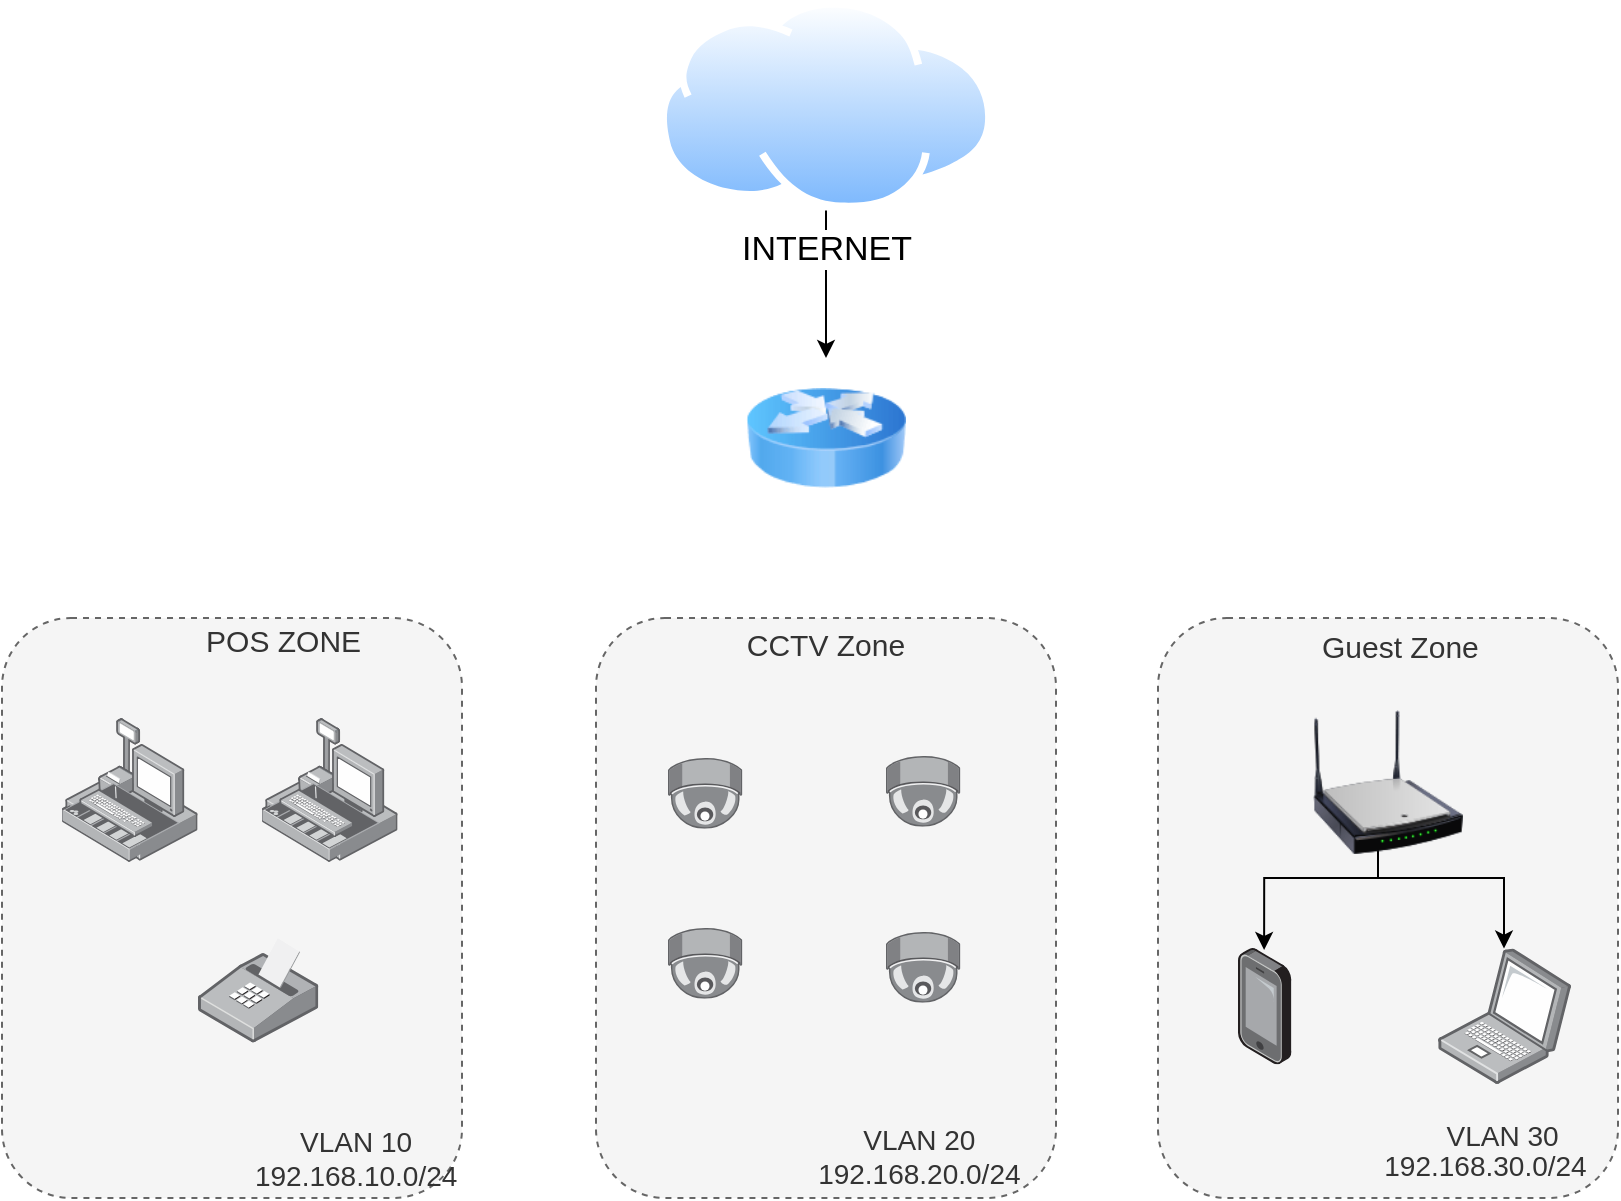
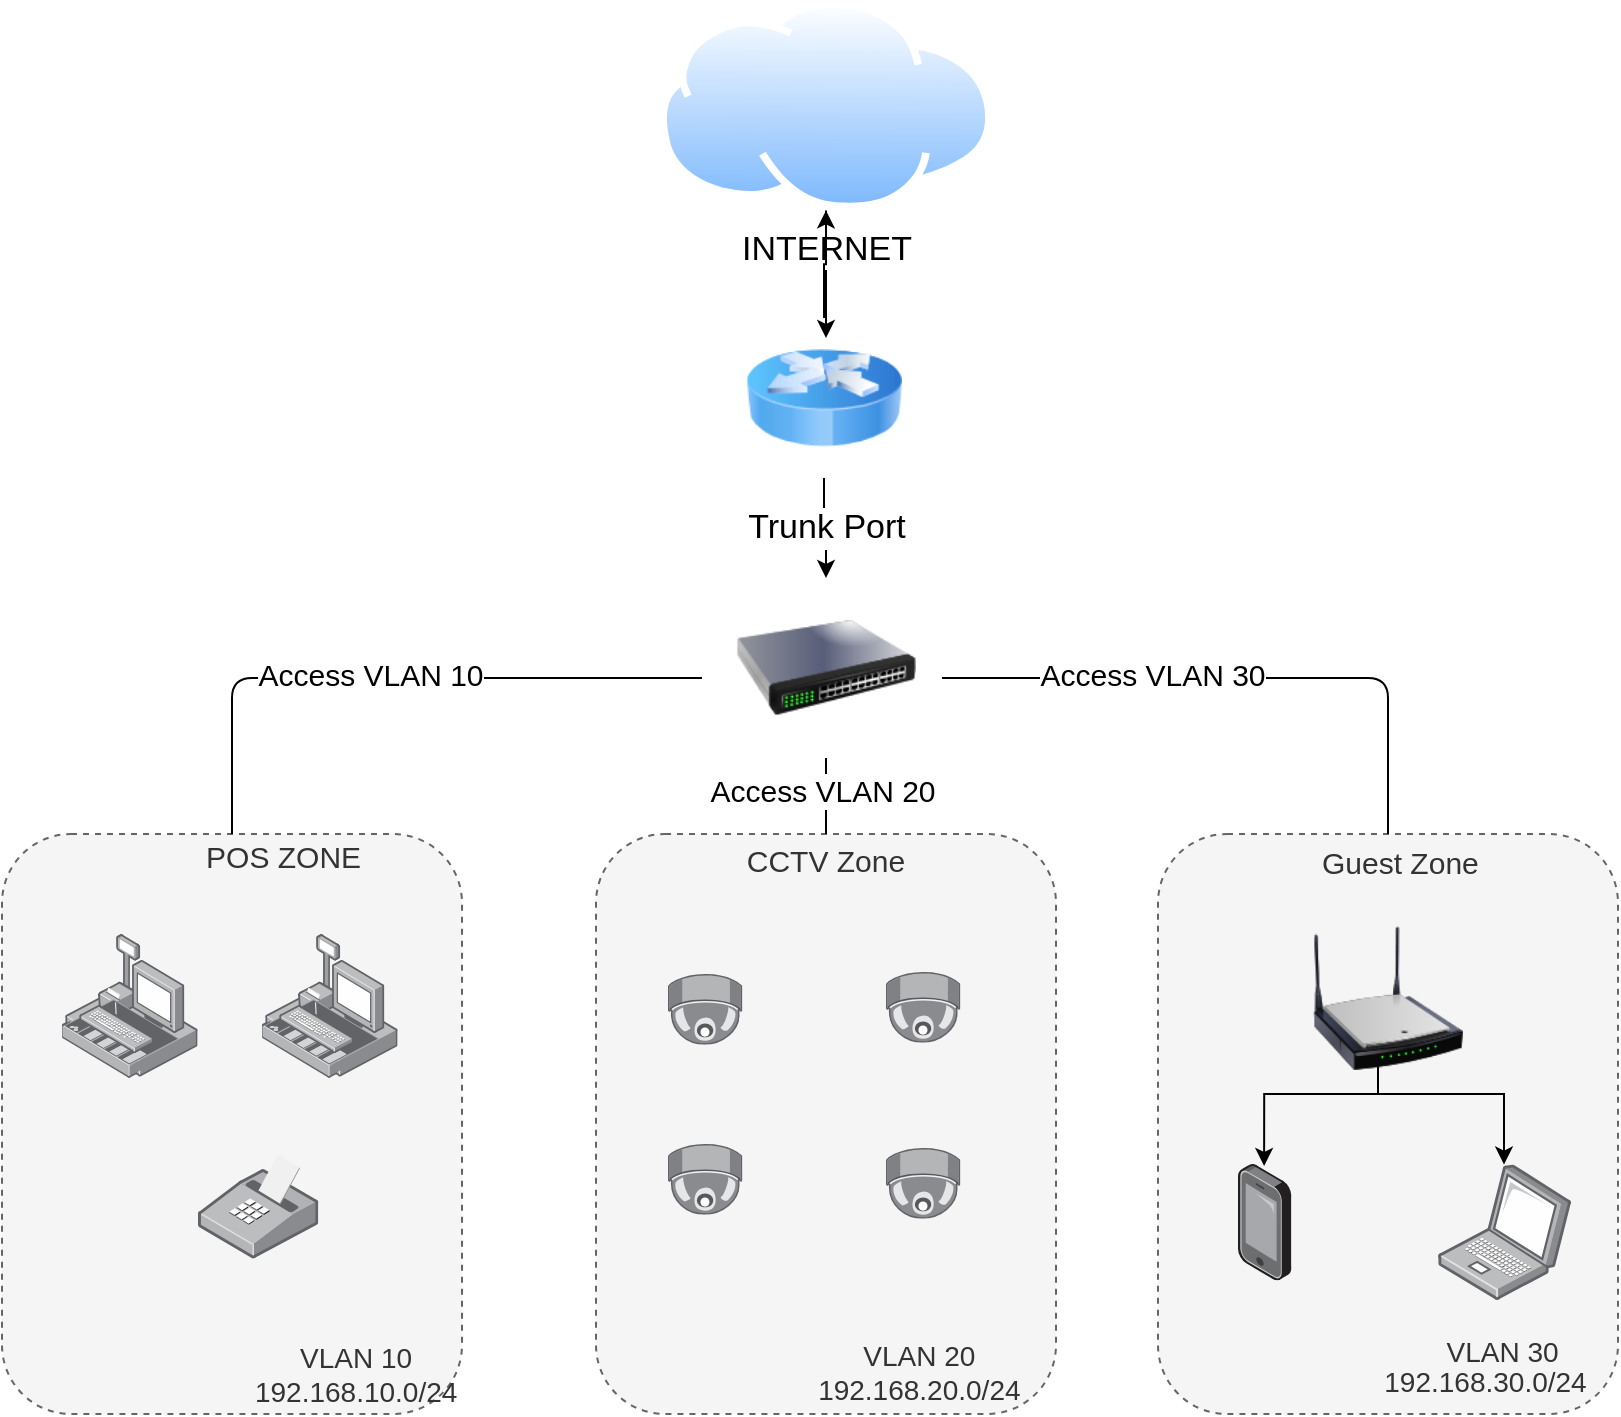
<mxfile host="app.diagrams.net">
  <diagram name="Trang-1" id="-QvKHvVX4tWdF-sznae-">
-     <mxGraphModel dx="1012" dy="601" grid="1" gridSize="10" guides="1" tooltips="1" connect="1" arrows="1" fold="1" page="1" pageScale="1" pageWidth="827" pageHeight="1169" math="0" shadow="0">
+     <mxGraphModel dx="967" dy="601" grid="1" gridSize="10" guides="1" tooltips="1" connect="1" arrows="1" fold="1" page="1" pageScale="1" pageWidth="827" pageHeight="1169" math="0" shadow="0">
      <root>
        <mxCell id="0" />
        <mxCell id="1" parent="0" />
        <mxCell id="tlgCcKQl9_W-pkazaHYF-1" parent="1" style="rounded=1;whiteSpace=wrap;html=1;dashed=1;fillColor=#f5f5f5;strokeColor=#666666;fontColor=#333333;align=left;" value="&lt;div&gt;&lt;font style=&quot;font-size: 15px;&quot;&gt;&lt;span style=&quot;white-space: pre;&quot;&gt;&#x9;&lt;/span&gt;&lt;span style=&quot;white-space: pre;&quot;&gt;&#x9;&lt;/span&gt;&lt;span style=&quot;white-space: pre;&quot;&gt;&#x9;&lt;/span&gt;POS ZONE&lt;br&gt;&lt;/font&gt;&lt;/div&gt;&lt;div&gt;&lt;font style=&quot;font-size: 14px;&quot;&gt;&lt;br&gt;&lt;/font&gt;&lt;/div&gt;&lt;div&gt;&lt;font style=&quot;font-size: 14px;&quot;&gt;&lt;br&gt;&lt;/font&gt;&lt;/div&gt;&lt;div style=&quot;text-align: center;&quot;&gt;&lt;font style=&quot;font-size: 14px;&quot;&gt;&lt;br&gt;&lt;/font&gt;&lt;/div&gt;&lt;div style=&quot;text-align: center;&quot;&gt;&lt;font style=&quot;font-size: 14px;&quot;&gt;&lt;br&gt;&lt;/font&gt;&lt;/div&gt;&lt;div style=&quot;text-align: center;&quot;&gt;&lt;font style=&quot;font-size: 14px;&quot;&gt;&lt;br&gt;&lt;/font&gt;&lt;/div&gt;&lt;div style=&quot;text-align: center;&quot;&gt;&lt;font style=&quot;font-size: 14px;&quot;&gt;&lt;br&gt;&lt;/font&gt;&lt;/div&gt;&lt;div style=&quot;text-align: center;&quot;&gt;&lt;font style=&quot;font-size: 14px;&quot;&gt;&lt;br&gt;&lt;/font&gt;&lt;/div&gt;&lt;div style=&quot;text-align: center;&quot;&gt;&lt;br&gt;&lt;/div&gt;&lt;div style=&quot;text-align: center;&quot;&gt;&lt;font style=&quot;font-size: 14px;&quot;&gt;&lt;br&gt;&lt;/font&gt;&lt;/div&gt;&lt;div style=&quot;text-align: center;&quot;&gt;&lt;font style=&quot;font-size: 14px;&quot;&gt;&lt;br&gt;&lt;/font&gt;&lt;/div&gt;&lt;div&gt;&lt;div style=&quot;text-align: center;&quot;&gt;&lt;span style=&quot;font-size: 14px; background-color: transparent; color: light-dark(rgb(51, 51, 51), rgb(193, 193, 193));&quot;&gt;&amp;nbsp; &amp;nbsp; &amp;nbsp; &amp;nbsp; &amp;nbsp; &amp;nbsp; &amp;nbsp; &amp;nbsp; &amp;nbsp; &amp;nbsp; &amp;nbsp; &amp;nbsp; &amp;nbsp; &amp;nbsp; &amp;nbsp; &amp;nbsp;&amp;nbsp;&lt;/span&gt;&lt;/div&gt;&lt;div style=&quot;text-align: center;&quot;&gt;&lt;span style=&quot;font-size: 14px; background-color: transparent; color: light-dark(rgb(51, 51, 51), rgb(193, 193, 193));&quot;&gt;&lt;br&gt;&lt;/span&gt;&lt;/div&gt;&lt;div style=&quot;text-align: center;&quot;&gt;&lt;span style=&quot;font-size: 14px; background-color: transparent; color: light-dark(rgb(51, 51, 51), rgb(193, 193, 193));&quot;&gt;&lt;br&gt;&lt;/span&gt;&lt;/div&gt;&lt;div style=&quot;text-align: center;&quot;&gt;&lt;span style=&quot;font-size: 14px; background-color: transparent; color: light-dark(rgb(51, 51, 51), rgb(193, 193, 193));&quot;&gt;&lt;br&gt;&lt;/span&gt;&lt;/div&gt;&lt;div style=&quot;text-align: center;&quot;&gt;&lt;span style=&quot;font-size: 14px; background-color: transparent; color: light-dark(rgb(51, 51, 51), rgb(193, 193, 193));&quot;&gt;&lt;span style=&quot;white-space: pre;&quot;&gt;&#x9;&lt;/span&gt;&lt;span style=&quot;white-space: pre;&quot;&gt;&#x9;&lt;/span&gt;&lt;span style=&quot;white-space: pre;&quot;&gt;&#x9;&lt;/span&gt;&lt;span style=&quot;white-space: pre;&quot;&gt;&#x9;&lt;/span&gt;VLAN 10&lt;/span&gt;&lt;/div&gt;&lt;div style=&quot;text-align: center;&quot;&gt;&lt;font style=&quot;font-size: 14px;&quot;&gt;&lt;span style=&quot;white-space: pre;&quot;&gt;&#x9;&lt;/span&gt;&lt;span style=&quot;white-space: pre;&quot;&gt;&#x9;&lt;/span&gt;&lt;span style=&quot;white-space: pre;&quot;&gt;&#x9;&lt;/span&gt;&lt;span style=&quot;white-space: pre;&quot;&gt;&#x9;&lt;/span&gt;192.168.10.0/24&lt;/font&gt;&lt;/div&gt;&lt;/div&gt;" vertex="1">
-           <mxGeometry height="290" width="230" x="10" y="310" as="geometry" />
+           <mxGeometry height="290" width="230" x="10" y="418" as="geometry" />
        </mxCell>
        <mxCell id="tlgCcKQl9_W-pkazaHYF-5" edge="1" parent="1" source="6glJgjmVUURO1JKE-K0C-2" style="edgeStyle=orthogonalEdgeStyle;rounded=0;orthogonalLoop=1;jettySize=auto;html=1;" value="">
          <mxGeometry relative="1" as="geometry">
-             <mxPoint x="422.0050000000001" y="180" as="targetPoint" />
+             <mxPoint x="422" y="170" as="targetPoint" />
          </mxGeometry>
        </mxCell>
        <mxCell id="6glJgjmVUURO1JKE-K0C-2" parent="1" style="image;aspect=fixed;perimeter=ellipsePerimeter;html=1;align=center;shadow=0;dashed=0;spacingTop=3;image=img/lib/active_directory/internet_cloud.svg;" value="&lt;font style=&quot;font-size: 17px;&quot;&gt;INTERNET&lt;/font&gt;" vertex="1">
          <mxGeometry height="105.2" width="166.99" x="338.51" y="1" as="geometry" />
        </mxCell>
+         <mxCell id="tlgCcKQl9_W-pkazaHYF-27" edge="1" parent="1" source="tlgCcKQl9_W-pkazaHYF-2" style="edgeStyle=orthogonalEdgeStyle;rounded=0;orthogonalLoop=1;jettySize=auto;html=1;" target="tlgCcKQl9_W-pkazaHYF-25" value="&lt;font style=&quot;font-size: 17px;&quot;&gt;Trunk Port&lt;/font&gt;">
+           <mxGeometry relative="1" as="geometry" />
+         </mxCell>
+         <mxCell id="tlgCcKQl9_W-pkazaHYF-30" edge="1" parent="1" source="tlgCcKQl9_W-pkazaHYF-2" style="edgeStyle=orthogonalEdgeStyle;rounded=0;orthogonalLoop=1;jettySize=auto;html=1;" target="6glJgjmVUURO1JKE-K0C-2" value="">
+           <mxGeometry relative="1" as="geometry" />
+         </mxCell>
        <mxCell id="tlgCcKQl9_W-pkazaHYF-2" parent="1" style="image;html=1;image=img/lib/clip_art/networking/Router_Icon_128x128.png;labelBackgroundColor=#f8cecc;labelBorderColor=#b85450;" value="" vertex="1">
-           <mxGeometry height="80" width="80" x="382" y="180" as="geometry" />
+           <mxGeometry height="80" width="78" x="382" y="160" as="geometry" />
        </mxCell>
        <mxCell id="tlgCcKQl9_W-pkazaHYF-6" parent="1" style="rounded=1;whiteSpace=wrap;html=1;dashed=1;fillColor=#f5f5f5;strokeColor=#666666;fontColor=#333333;" value="&lt;div&gt;&lt;font style=&quot;font-size: 15px;&quot;&gt;CCTV Zone&lt;/font&gt;&lt;/div&gt;&lt;div&gt;&lt;br&gt;&lt;/div&gt;&lt;div&gt;&lt;br&gt;&lt;/div&gt;&lt;div&gt;&lt;br&gt;&lt;/div&gt;&lt;div&gt;&lt;br&gt;&lt;/div&gt;&lt;div&gt;&lt;br&gt;&lt;/div&gt;&lt;div&gt;&lt;br&gt;&lt;/div&gt;&lt;div&gt;&lt;br&gt;&lt;/div&gt;&lt;div&gt;&lt;br&gt;&lt;/div&gt;&lt;div&gt;&lt;br&gt;&lt;/div&gt;&lt;div&gt;&lt;br&gt;&lt;/div&gt;&lt;div&gt;&lt;br&gt;&lt;/div&gt;&lt;div&gt;&lt;br&gt;&lt;/div&gt;&lt;div&gt;&lt;br&gt;&lt;/div&gt;&lt;div&gt;&lt;br&gt;&lt;/div&gt;&lt;div&gt;&lt;br&gt;&lt;/div&gt;&lt;div&gt;&lt;br&gt;&lt;/div&gt;&lt;div&gt;&lt;span style=&quot;font-size: 14px; background-color: transparent; color: light-dark(rgb(51, 51, 51), rgb(193, 193, 193));&quot;&gt;&lt;span style=&quot;white-space: pre;&quot;&gt;&#x9;&lt;/span&gt;&lt;span style=&quot;white-space: pre;&quot;&gt;&#x9;&lt;/span&gt;&lt;span style=&quot;white-space: pre;&quot;&gt;&#x9;&lt;/span&gt;VLAN 20&lt;/span&gt;&lt;/div&gt;&lt;div&gt;&lt;/div&gt;&lt;div&gt;&lt;font style=&quot;font-size: 14px;&quot;&gt;&lt;span style=&quot;white-space: pre;&quot;&gt;&#x9;&lt;/span&gt;&lt;span style=&quot;white-space: pre;&quot;&gt;&#x9;&lt;/span&gt;&lt;span style=&quot;white-space: pre;&quot;&gt;&#x9;&lt;/span&gt;192.168.20.0/24&lt;/font&gt;&lt;/div&gt;" vertex="1">
-           <mxGeometry height="290" width="230" x="307" y="310" as="geometry" />
+           <mxGeometry height="290" width="230" x="307" y="418" as="geometry" />
        </mxCell>
        <mxCell id="tlgCcKQl9_W-pkazaHYF-7" parent="1" style="rounded=1;whiteSpace=wrap;html=1;dashed=1;fillColor=#f5f5f5;strokeColor=#666666;fontColor=#333333;align=left;" value="&lt;blockquote style=&quot;margin: 0px 0px 0px 40px; border-width: medium; border-style: none; border-color: currentcolor; border-image: initial; padding: 0px; line-height: 110%;&quot;&gt;&lt;blockquote style=&quot;margin: 0px 0px 0px 40px; border-width: medium; border-style: none; border-color: currentcolor; border-image: initial; padding: 0px;&quot;&gt;&lt;font style=&quot;font-size: 15px;&quot;&gt;Guest Zone&lt;/font&gt;&lt;/blockquote&gt;&lt;blockquote style=&quot;margin: 0px 0px 0px 40px; border-width: medium; border-style: none; border-color: currentcolor; border-image: initial; padding: 0px;&quot;&gt;&lt;br&gt;&lt;/blockquote&gt;&lt;blockquote style=&quot;margin: 0px 0px 0px 40px; border-width: medium; border-style: none; border-color: currentcolor; border-image: initial; padding: 0px;&quot;&gt;&lt;font style=&quot;font-size: 14px;&quot;&gt;&lt;br&gt;&lt;/font&gt;&lt;/blockquote&gt;&lt;blockquote style=&quot;margin: 0px 0px 0px 40px; border-width: medium; border-style: none; border-color: currentcolor; border-image: initial; padding: 0px;&quot;&gt;&lt;font style=&quot;font-size: 14px;&quot;&gt;&lt;br&gt;&lt;/font&gt;&lt;/blockquote&gt;&lt;blockquote style=&quot;margin: 0px 0px 0px 40px; border-width: medium; border-style: none; border-color: currentcolor; border-image: initial; padding: 0px;&quot;&gt;&lt;font style=&quot;font-size: 14px;&quot;&gt;&lt;br&gt;&lt;/font&gt;&lt;/blockquote&gt;&lt;blockquote style=&quot;margin: 0px 0px 0px 40px; border-width: medium; border-style: none; border-color: currentcolor; border-image: initial; padding: 0px;&quot;&gt;&lt;font style=&quot;font-size: 14px;&quot;&gt;&lt;br&gt;&lt;/font&gt;&lt;/blockquote&gt;&lt;blockquote style=&quot;margin: 0px 0px 0px 40px; border-width: medium; border-style: none; border-color: currentcolor; border-image: initial; padding: 0px;&quot;&gt;&lt;font style=&quot;font-size: 14px;&quot;&gt;&lt;br&gt;&lt;/font&gt;&lt;/blockquote&gt;&lt;blockquote style=&quot;margin: 0px 0px 0px 40px; border-width: medium; border-style: none; border-color: currentcolor; border-image: initial; padding: 0px;&quot;&gt;&lt;font style=&quot;font-size: 14px;&quot;&gt;&lt;br&gt;&lt;/font&gt;&lt;/blockquote&gt;&lt;blockquote style=&quot;margin: 0px 0px 0px 40px; border-width: medium; border-style: none; border-color: currentcolor; border-image: initial; padding: 0px;&quot;&gt;&lt;font style=&quot;font-size: 14px;&quot;&gt;&lt;br&gt;&lt;/font&gt;&lt;/blockquote&gt;&lt;blockquote style=&quot;margin: 0px 0px 0px 40px; border-width: medium; border-style: none; border-color: currentcolor; border-image: initial; padding: 0px;&quot;&gt;&lt;font style=&quot;font-size: 14px;&quot;&gt;&lt;br&gt;&lt;/font&gt;&lt;/blockquote&gt;&lt;blockquote style=&quot;margin: 0px 0px 0px 40px; border-width: medium; border-style: none; border-color: currentcolor; border-image: initial; padding: 0px;&quot;&gt;&lt;font style=&quot;font-size: 14px;&quot;&gt;&lt;br&gt;&lt;/font&gt;&lt;/blockquote&gt;&lt;blockquote style=&quot;margin: 0px 0px 0px 40px; border-width: medium; border-style: none; border-color: currentcolor; border-image: initial; padding: 0px;&quot;&gt;&lt;font style=&quot;font-size: 14px;&quot;&gt;&lt;br&gt;&lt;/font&gt;&lt;/blockquote&gt;&lt;blockquote style=&quot;margin: 0px 0px 0px 40px; border-width: medium; border-style: none; border-color: currentcolor; border-image: initial; padding: 0px;&quot;&gt;&lt;font style=&quot;font-size: 14px;&quot;&gt;&lt;br&gt;&lt;/font&gt;&lt;/blockquote&gt;&lt;blockquote style=&quot;margin: 0px 0px 0px 40px; border-width: medium; border-style: none; border-color: currentcolor; border-image: initial; padding: 0px;&quot;&gt;&lt;font style=&quot;font-size: 14px;&quot;&gt;&lt;br&gt;&lt;/font&gt;&lt;/blockquote&gt;&lt;blockquote style=&quot;margin: 0px 0px 0px 40px; border-width: medium; border-style: none; border-color: currentcolor; border-image: initial; padding: 0px;&quot;&gt;&lt;span style=&quot;font-size: 14px; background-color: transparent; color: light-dark(rgb(51, 51, 51), rgb(193, 193, 193));&quot;&gt;&lt;br&gt;&lt;/span&gt;&lt;/blockquote&gt;&lt;blockquote style=&quot;margin: 0px 0px 0px 40px; border-width: medium; border-style: none; border-color: currentcolor; border-image: initial; padding: 0px;&quot;&gt;&lt;span style=&quot;font-size: 14px; background-color: transparent; color: light-dark(rgb(51, 51, 51), rgb(193, 193, 193)); line-height: 110%;&quot;&gt;&lt;br&gt;&lt;/span&gt;&lt;/blockquote&gt;&lt;blockquote style=&quot;margin: 0px 0px 0px 40px; border-width: medium; border-style: none; border-color: currentcolor; border-image: initial; padding: 0px;&quot;&gt;&lt;span style=&quot;font-size: 14px; background-color: transparent; color: light-dark(rgb(51, 51, 51), rgb(193, 193, 193)); line-height: 110%;&quot;&gt;&lt;br&gt;&lt;/span&gt;&lt;/blockquote&gt;&lt;blockquote style=&quot;margin: 0px 0px 0px 40px; border-width: medium; border-style: none; border-color: currentcolor; border-image: initial; padding: 0px;&quot;&gt;&lt;span style=&quot;font-size: 14px; background-color: transparent; color: light-dark(rgb(51, 51, 51), rgb(193, 193, 193)); line-height: 110%;&quot;&gt;&lt;span style=&quot;white-space: pre;&quot;&gt;&#x9;&lt;/span&gt;&lt;span style=&quot;white-space: pre;&quot;&gt;&#x9;&lt;/span&gt;VLAN 30&lt;/span&gt;&lt;/blockquote&gt;&lt;blockquote style=&quot;margin: 0px 0px 0px 40px; border-width: medium; border-style: none; border-color: currentcolor; border-image: initial; padding: 0px;&quot;&gt;&lt;div&gt;&lt;font style=&quot;font-size: 14px; line-height: 110%;&quot;&gt;&lt;span style=&quot;white-space: pre;&quot;&gt;&#x9;&lt;/span&gt;192.168.30.0/24&lt;/font&gt;&lt;/div&gt;&lt;/blockquote&gt;&lt;/blockquote&gt;" vertex="1">
-           <mxGeometry height="290" width="230" x="588" y="310" as="geometry" />
+           <mxGeometry height="290" width="230" x="588" y="418" as="geometry" />
        </mxCell>
        <mxCell id="tlgCcKQl9_W-pkazaHYF-8" parent="1" style="image;points=[];aspect=fixed;html=1;align=center;shadow=0;dashed=0;image=img/lib/allied_telesis/security/POS.svg;" value="" vertex="1">
-           <mxGeometry height="72" width="67.8" x="40" y="360" as="geometry" />
+           <mxGeometry height="72" width="67.8" x="40" y="468" as="geometry" />
        </mxCell>
        <mxCell id="tlgCcKQl9_W-pkazaHYF-9" parent="1" style="image;points=[];aspect=fixed;html=1;align=center;shadow=0;dashed=0;image=img/lib/allied_telesis/security/POS.svg;" value="" vertex="1">
-           <mxGeometry height="72" width="67.8" x="140" y="360" as="geometry" />
+           <mxGeometry height="72" width="67.8" x="140" y="468" as="geometry" />
        </mxCell>
        <mxCell id="tlgCcKQl9_W-pkazaHYF-10" parent="1" style="image;points=[];aspect=fixed;html=1;align=center;shadow=0;dashed=0;image=img/lib/allied_telesis/computer_and_terminals/POS_Printer.svg;direction=east;" value="" vertex="1">
-           <mxGeometry height="52.4" width="60.16" x="108" y="470" as="geometry" />
+           <mxGeometry height="52.4" width="60.16" x="108" y="578" as="geometry" />
        </mxCell>
        <mxCell id="tlgCcKQl9_W-pkazaHYF-11" parent="1" style="image;points=[];aspect=fixed;html=1;align=center;shadow=0;dashed=0;image=img/lib/allied_telesis/security/Surveillance_Camera_Ceiling.svg;" value="" vertex="1">
-           <mxGeometry height="35.4" width="37.2" x="343" y="380" as="geometry" />
+           <mxGeometry height="35.4" width="37.2" x="343" y="488" as="geometry" />
        </mxCell>
        <mxCell id="tlgCcKQl9_W-pkazaHYF-12" parent="1" style="image;points=[];aspect=fixed;html=1;align=center;shadow=0;dashed=0;image=img/lib/allied_telesis/security/Surveillance_Camera_Ceiling.svg;" value="" vertex="1">
-           <mxGeometry height="35.4" width="37.2" x="343" y="465" as="geometry" />
+           <mxGeometry height="35.4" width="37.2" x="343" y="573" as="geometry" />
        </mxCell>
        <mxCell id="tlgCcKQl9_W-pkazaHYF-14" parent="1" style="image;points=[];aspect=fixed;html=1;align=center;shadow=0;dashed=0;image=img/lib/allied_telesis/security/Surveillance_Camera_Ceiling.svg;" value="" vertex="1">
-           <mxGeometry height="35.4" width="37.2" x="452" y="379" as="geometry" />
+           <mxGeometry height="35.4" width="37.2" x="452" y="487" as="geometry" />
        </mxCell>
        <mxCell id="tlgCcKQl9_W-pkazaHYF-16" parent="1" style="image;points=[];aspect=fixed;html=1;align=center;shadow=0;dashed=0;image=img/lib/allied_telesis/security/Surveillance_Camera_Ceiling.svg;" value="" vertex="1">
-           <mxGeometry height="35.4" width="37.2" x="452" y="467" as="geometry" />
+           <mxGeometry height="35.4" width="37.2" x="452" y="575" as="geometry" />
        </mxCell>
        <mxCell id="tlgCcKQl9_W-pkazaHYF-20" edge="1" parent="1" source="tlgCcKQl9_W-pkazaHYF-17" style="edgeStyle=orthogonalEdgeStyle;rounded=0;orthogonalLoop=1;jettySize=auto;html=1;" target="tlgCcKQl9_W-pkazaHYF-19" value="">
          <mxGeometry relative="1" as="geometry">
            <Array as="points">
-               <mxPoint x="698" y="440" />
-               <mxPoint x="761" y="440" />
+               <mxPoint x="698" y="548" />
+               <mxPoint x="761" y="548" />
            </Array>
          </mxGeometry>
        </mxCell>
        <mxCell id="tlgCcKQl9_W-pkazaHYF-22" edge="1" parent="1" style="edgeStyle=orthogonalEdgeStyle;rounded=0;orthogonalLoop=1;jettySize=auto;html=1;" value="">
          <mxGeometry relative="1" as="geometry">
            <Array as="points">
-               <mxPoint x="698" y="440" />
-               <mxPoint x="641" y="440" />
+               <mxPoint x="698" y="548" />
+               <mxPoint x="641" y="548" />
            </Array>
-             <mxPoint x="698" y="399" as="sourcePoint" />
-             <mxPoint x="641.0588235294117" y="476" as="targetPoint" />
+             <mxPoint x="698" y="507" as="sourcePoint" />
+             <mxPoint x="641.0588235294117" y="584" as="targetPoint" />
          </mxGeometry>
        </mxCell>
        <mxCell id="tlgCcKQl9_W-pkazaHYF-17" parent="1" style="image;html=1;image=img/lib/clip_art/networking/Wireless_Router_N_128x128.png" value="" vertex="1">
-           <mxGeometry height="80" width="75" x="665.5" y="352" as="geometry" />
+           <mxGeometry height="80" width="75" x="665.5" y="460" as="geometry" />
        </mxCell>
        <mxCell id="tlgCcKQl9_W-pkazaHYF-18" parent="1" style="image;points=[];aspect=fixed;html=1;align=center;shadow=0;dashed=0;image=img/lib/allied_telesis/computer_and_terminals/Smartphone.svg;" value="" vertex="1">
-           <mxGeometry height="58.2" width="26.68" x="628" y="475" as="geometry" />
+           <mxGeometry height="58.2" width="26.68" x="628" y="583" as="geometry" />
        </mxCell>
        <mxCell id="tlgCcKQl9_W-pkazaHYF-19" parent="1" style="image;points=[];aspect=fixed;html=1;align=center;shadow=0;dashed=0;image=img/lib/allied_telesis/computer_and_terminals/Laptop.svg;" value="" vertex="1">
-           <mxGeometry height="67.6" width="66.65" x="728" y="475.3" as="geometry" />
+           <mxGeometry height="67.6" width="66.65" x="728" y="583.3" as="geometry" />
+         </mxCell>
+         <mxCell id="tlgCcKQl9_W-pkazaHYF-25" parent="1" style="image;html=1;image=img/lib/clip_art/networking/Switch_128x128.png" value="" vertex="1">
+           <mxGeometry height="90" width="90" x="377" y="290" as="geometry" />
+         </mxCell>
+         <mxCell id="tlgCcKQl9_W-pkazaHYF-32" edge="1" parent="1" source="tlgCcKQl9_W-pkazaHYF-25" style="endArrow=none;html=1;rounded=0;entryX=0.5;entryY=0;entryDx=0;entryDy=0;" target="tlgCcKQl9_W-pkazaHYF-6" value="">
+           <mxGeometry height="50" relative="1" width="50" as="geometry">
+             <mxPoint x="422" y="370" as="sourcePoint" />
+             <mxPoint x="480" y="290" as="targetPoint" />
+           </mxGeometry>
+         </mxCell>
+         <mxCell id="tlgCcKQl9_W-pkazaHYF-36" connectable="0" parent="tlgCcKQl9_W-pkazaHYF-32" style="edgeLabel;html=1;align=center;verticalAlign=middle;resizable=0;points=[];" value="&lt;span style=&quot;font-size: 15px;&quot;&gt;Access VLAN 20&lt;/span&gt;" vertex="1">
+           <mxGeometry relative="1" x="-0.1858" y="-2" as="geometry">
+             <mxPoint as="offset" />
+           </mxGeometry>
+         </mxCell>
+         <mxCell id="tlgCcKQl9_W-pkazaHYF-33" edge="1" parent="1" style="endArrow=none;html=1;rounded=1;entryX=0.5;entryY=0;entryDx=0;entryDy=0;curved=0;" target="tlgCcKQl9_W-pkazaHYF-7" value="">
+           <mxGeometry height="50" relative="1" width="50" as="geometry">
+             <Array as="points">
+               <mxPoint x="703" y="340" />
+             </Array>
+             <mxPoint x="480" y="340" as="sourcePoint" />
+             <mxPoint x="480" y="290" as="targetPoint" />
+           </mxGeometry>
+         </mxCell>
+         <mxCell id="tlgCcKQl9_W-pkazaHYF-37" connectable="0" parent="tlgCcKQl9_W-pkazaHYF-33" style="edgeLabel;html=1;align=center;verticalAlign=middle;resizable=0;points=[];" value="&lt;span style=&quot;font-size: 15px;&quot;&gt;Access VLAN 30&lt;/span&gt;" vertex="1">
+           <mxGeometry relative="1" x="-0.3039" y="2" as="geometry">
+             <mxPoint as="offset" />
+           </mxGeometry>
+         </mxCell>
+         <mxCell id="tlgCcKQl9_W-pkazaHYF-34" edge="1" parent="1" source="tlgCcKQl9_W-pkazaHYF-1" style="endArrow=none;html=1;rounded=1;curved=0;exitX=0.5;exitY=0;exitDx=0;exitDy=0;" value="">
+           <mxGeometry height="50" relative="1" width="50" as="geometry">
+             <Array as="points">
+               <mxPoint x="125" y="340" />
+             </Array>
+             <mxPoint x="40" y="280" as="sourcePoint" />
+             <mxPoint x="360" y="340" as="targetPoint" />
+           </mxGeometry>
+         </mxCell>
+         <mxCell id="tlgCcKQl9_W-pkazaHYF-35" connectable="0" parent="tlgCcKQl9_W-pkazaHYF-34" style="edgeLabel;html=1;align=center;verticalAlign=middle;resizable=0;points=[];" value="&lt;font style=&quot;font-size: 15px;&quot;&gt;Access VLAN 10&lt;/font&gt;" vertex="1">
+           <mxGeometry relative="1" x="-0.0596" y="2" as="geometry">
+             <mxPoint as="offset" />
+           </mxGeometry>
        </mxCell>
      </root>
    </mxGraphModel>
  </diagram>
</mxfile>
